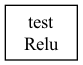
Earlier version of the Graphviz export graph.png (PetrZharkikh/tensor_compiler). Its source is kept beside it as graph.dot.
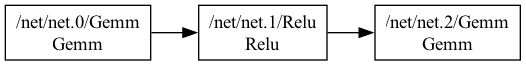
The same diagram one commit later.

Commit message:
Add more graph functions

Diff of the diagram source:
```diff
@@ -1,5 +1,9 @@
 digraph G {
 rankdir=LR;
 node [shape=box];
- "test" [label="test\nRelu"];
+ "/net/net.0/Gemm" [label="/net/net.0/Gemm\nGemm"];
+ "/net/net.1/Relu" [label="/net/net.1/Relu\nRelu"];
+ "/net/net.2/Gemm" [label="/net/net.2/Gemm\nGemm"];
+  "/net/net.0/Gemm" -> "/net/net.1/Relu";
+  "/net/net.1/Relu" -> "/net/net.2/Gemm";
 }
```
